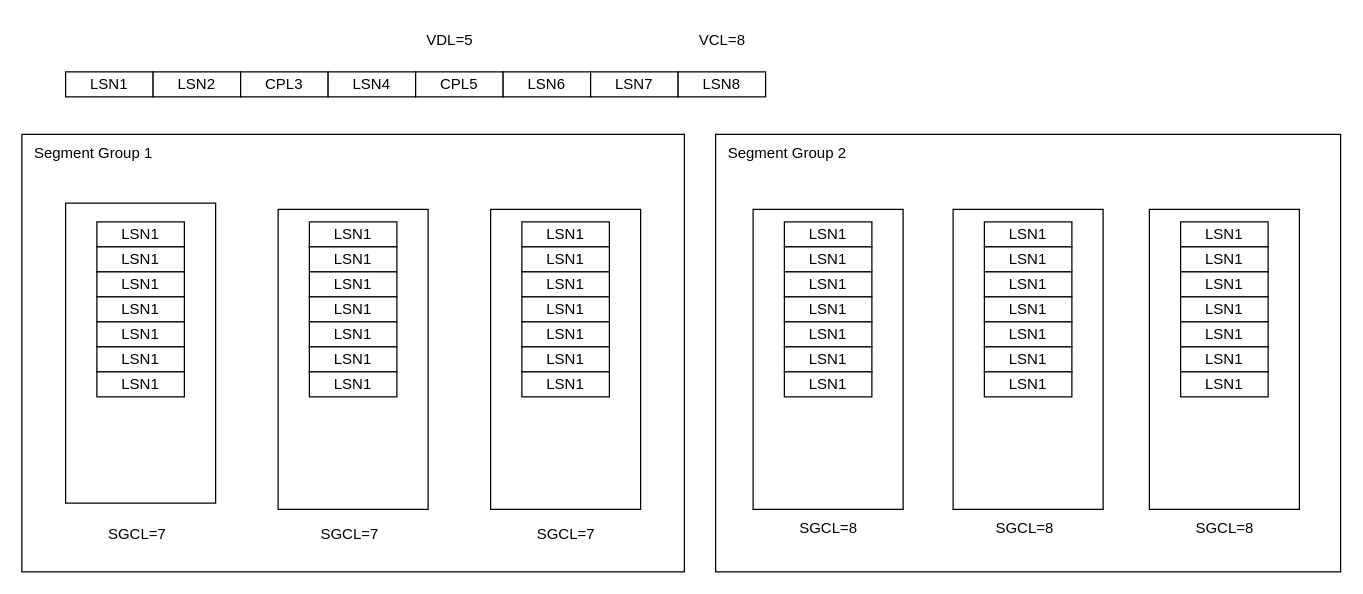
This is write.drawio from clemenza/czha-ip-router, a draw.io file, before an edit. Source tidied: cells renumbered, new cells numbered last; positions are measured from the earlier drawing's top-left corner, leaving out a move shared by most shapes. Both pictures are drawn from the tidied source at 125%, with x=0, y=0 at pixel (21, 21).
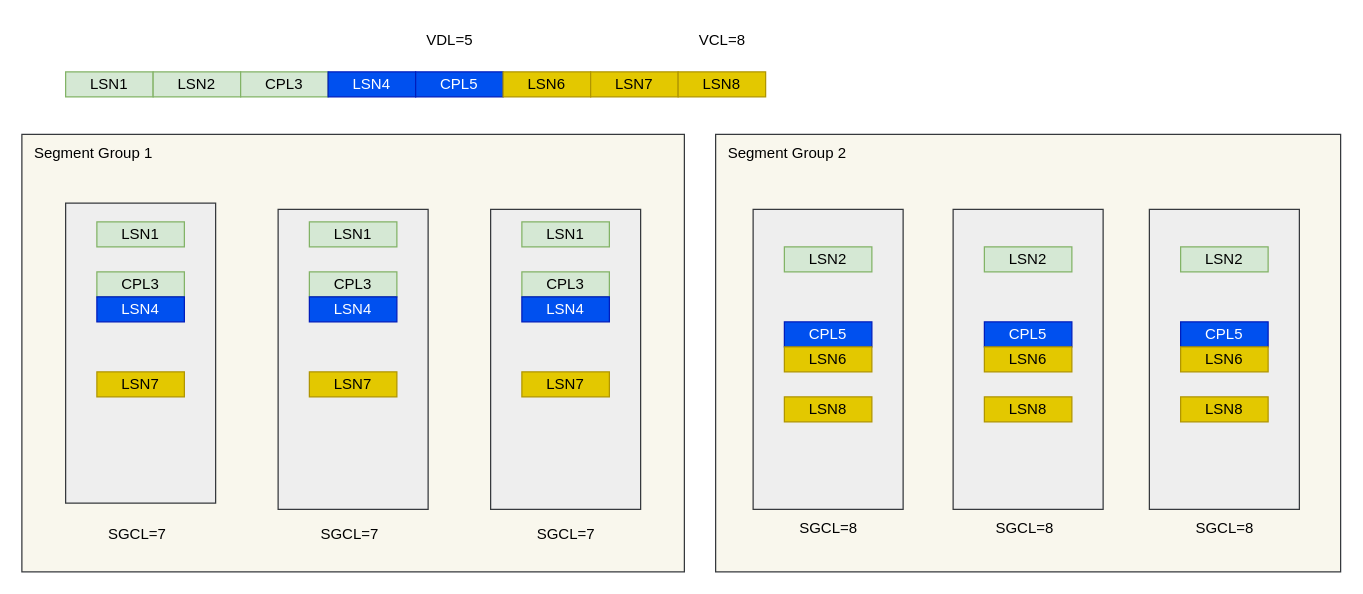
The same diagram, later.

What changed in the source:
```diff
@@
-    <mxCell id="2" style="rounded=0;whiteSpace=wrap;html=1;" parent="1" vertex="1">
+    <mxCell id="2" style="rounded=0;whiteSpace=wrap;html=1;fillColor=#f9f7ed;strokeColor=#36393d;" parent="1" vertex="1">
       <mxGeometry y="90" width="530" height="350" as="geometry" />
     </mxCell>
-    <mxCell id="3" style="rounded=0;whiteSpace=wrap;html=1;" parent="1" vertex="1">
+    <mxCell id="3" style="rounded=0;whiteSpace=wrap;html=1;fillColor=#f9f7ed;strokeColor=#36393d;" parent="1" vertex="1">
       <mxGeometry x="555" y="90" width="500" height="350" as="geometry" />
     </mxCell>
-    <mxCell id="4" style="rounded=0;whiteSpace=wrap;html=1;" parent="1" vertex="1">
+    <mxCell id="4" style="rounded=0;whiteSpace=wrap;html=1;fillColor=#eeeeee;strokeColor=#36393d;" parent="1" vertex="1">
       <mxGeometry x="35" y="145" width="120" height="240" as="geometry" />
     </mxCell>
-    <mxCell id="5" style="rounded=0;whiteSpace=wrap;html=1;" parent="1" vertex="1">
+    <mxCell id="5" style="rounded=0;whiteSpace=wrap;html=1;fillColor=#eeeeee;strokeColor=#36393d;" parent="1" vertex="1">
       <mxGeometry x="205" y="150" width="120" height="240" as="geometry" />
     </mxCell>
-    <mxCell id="6" style="rounded=0;whiteSpace=wrap;html=1;" parent="1" vertex="1">
+    <mxCell id="6" style="rounded=0;whiteSpace=wrap;html=1;fillColor=#eeeeee;strokeColor=#36393d;" parent="1" vertex="1">
       <mxGeometry x="375" y="150" width="120" height="240" as="geometry" />
     </mxCell>
-    <mxCell id="7" style="rounded=0;whiteSpace=wrap;html=1;" parent="1" vertex="1">
+    <mxCell id="7" style="rounded=0;whiteSpace=wrap;html=1;fillColor=#eeeeee;strokeColor=#36393d;" parent="1" vertex="1">
       <mxGeometry x="585" y="150" width="120" height="240" as="geometry" />
     </mxCell>
-    <mxCell id="8" style="rounded=0;whiteSpace=wrap;html=1;" parent="1" vertex="1">
+    <mxCell id="8" style="rounded=0;whiteSpace=wrap;html=1;fillColor=#eeeeee;strokeColor=#36393d;" parent="1" vertex="1">
       <mxGeometry x="745" y="150" width="120" height="240" as="geometry" />
     </mxCell>
-    <mxCell id="9" style="rounded=0;whiteSpace=wrap;html=1;" parent="1" vertex="1">
+    <mxCell id="9" style="rounded=0;whiteSpace=wrap;html=1;fillColor=#eeeeee;strokeColor=#36393d;" parent="1" vertex="1">
       <mxGeometry x="902" y="150" width="120" height="240" as="geometry" />
     </mxCell>
-    <mxCell id="10" value="LSN1" style="rounded=0;whiteSpace=wrap;html=1;" parent="1" vertex="1">
+    <mxCell id="10" value="LSN1" style="rounded=0;whiteSpace=wrap;html=1;fillColor=#d5e8d4;strokeColor=#82b366;" parent="1" vertex="1">
       <mxGeometry x="60" y="160" width="70" height="20" as="geometry" />
     </mxCell>
-    <mxCell id="11" value="LSN1" style="rounded=0;whiteSpace=wrap;html=1;" parent="1" vertex="1">
-      <mxGeometry x="60" y="180" width="70" height="20" as="geometry" />
-    </mxCell>
-    <mxCell id="12" value="LSN1" style="rounded=0;whiteSpace=wrap;html=1;" parent="1" vertex="1">
+    <mxCell id="12" value="CPL3" style="rounded=0;whiteSpace=wrap;html=1;fillColor=#d5e8d4;strokeColor=#82b366;" parent="1" vertex="1">
       <mxGeometry x="60" y="200" width="70" height="20" as="geometry" />
     </mxCell>
-    <mxCell id="13" value="LSN1" style="rounded=0;whiteSpace=wrap;html=1;" parent="1" vertex="1">
+    <mxCell id="13" value="LSN4" style="rounded=0;whiteSpace=wrap;html=1;fillColor=#0050ef;fontColor=#ffffff;strokeColor=#001DBC;" parent="1" vertex="1">
       <mxGeometry x="60" y="220" width="70" height="20" as="geometry" />
     </mxCell>
-    <mxCell id="14" value="LSN1" style="rounded=0;whiteSpace=wrap;html=1;" parent="1" vertex="1">
-      <mxGeometry x="60" y="240" width="70" height="20" as="geometry" />
-    </mxCell>
-    <mxCell id="15" value="LSN1" style="rounded=0;whiteSpace=wrap;html=1;" parent="1" vertex="1">
-      <mxGeometry x="60" y="260" width="70" height="20" as="geometry" />
-    </mxCell>
-    <mxCell id="16" value="LSN1" style="rounded=0;whiteSpace=wrap;html=1;" parent="1" vertex="1">
+    <mxCell id="16" value="LSN7" style="rounded=0;whiteSpace=wrap;html=1;fillColor=#e3c800;fontColor=#000000;strokeColor=#B09500;" parent="1" vertex="1">
       <mxGeometry x="60" y="280" width="70" height="20" as="geometry" />
     </mxCell>
-    <mxCell id="17" value="LSN1" style="rounded=0;whiteSpace=wrap;html=1;" parent="1" vertex="1">
+    <mxCell id="17" value="LSN1" style="rounded=0;whiteSpace=wrap;html=1;fillColor=#d5e8d4;strokeColor=#82b366;" parent="1" vertex="1">
       <mxGeometry x="230" y="160" width="70" height="20" as="geometry" />
     </mxCell>
-    <mxCell id="18" value="LSN1" style="rounded=0;whiteSpace=wrap;html=1;" parent="1" vertex="1">
-      <mxGeometry x="230" y="180" width="70" height="20" as="geometry" />
-    </mxCell>
-    <mxCell id="19" value="LSN1" style="rounded=0;whiteSpace=wrap;html=1;" parent="1" vertex="1">
+    <mxCell id="19" value="CPL3" style="rounded=0;whiteSpace=wrap;html=1;fillColor=#d5e8d4;strokeColor=#82b366;" parent="1" vertex="1">
       <mxGeometry x="230" y="200" width="70" height="20" as="geometry" />
     </mxCell>
-    <mxCell id="20" value="LSN1" style="rounded=0;whiteSpace=wrap;html=1;" parent="1" vertex="1">
+    <mxCell id="20" value="LSN4" style="rounded=0;whiteSpace=wrap;html=1;fillColor=#0050ef;fontColor=#ffffff;strokeColor=#001DBC;" parent="1" vertex="1">
       <mxGeometry x="230" y="220" width="70" height="20" as="geometry" />
     </mxCell>
-    <mxCell id="21" value="LSN1" style="rounded=0;whiteSpace=wrap;html=1;" parent="1" vertex="1">
-      <mxGeometry x="230" y="240" width="70" height="20" as="geometry" />
-    </mxCell>
-    <mxCell id="22" value="LSN1" style="rounded=0;whiteSpace=wrap;html=1;" parent="1" vertex="1">
-      <mxGeometry x="230" y="260" width="70" height="20" as="geometry" />
-    </mxCell>
-    <mxCell id="23" value="LSN1" style="rounded=0;whiteSpace=wrap;html=1;" parent="1" vertex="1">
+    <mxCell id="23" value="LSN7" style="rounded=0;whiteSpace=wrap;html=1;fillColor=#e3c800;fontColor=#000000;strokeColor=#B09500;" parent="1" vertex="1">
       <mxGeometry x="230" y="280" width="70" height="20" as="geometry" />
     </mxCell>
-    <mxCell id="24" value="LSN1" style="rounded=0;whiteSpace=wrap;html=1;" parent="1" vertex="1">
+    <mxCell id="24" value="LSN1" style="rounded=0;whiteSpace=wrap;html=1;fillColor=#d5e8d4;strokeColor=#82b366;" parent="1" vertex="1">
       <mxGeometry x="400" y="160" width="70" height="20" as="geometry" />
     </mxCell>
-    <mxCell id="25" value="LSN1" style="rounded=0;whiteSpace=wrap;html=1;" parent="1" vertex="1">
-      <mxGeometry x="400" y="180" width="70" height="20" as="geometry" />
-    </mxCell>
-    <mxCell id="26" value="LSN1" style="rounded=0;whiteSpace=wrap;html=1;" parent="1" vertex="1">
+    <mxCell id="26" value="CPL3" style="rounded=0;whiteSpace=wrap;html=1;fillColor=#d5e8d4;strokeColor=#82b366;" parent="1" vertex="1">
       <mxGeometry x="400" y="200" width="70" height="20" as="geometry" />
     </mxCell>
-    <mxCell id="27" value="LSN1" style="rounded=0;whiteSpace=wrap;html=1;" parent="1" vertex="1">
+    <mxCell id="27" value="LSN4" style="rounded=0;whiteSpace=wrap;html=1;fillColor=#0050ef;fontColor=#ffffff;strokeColor=#001DBC;" parent="1" vertex="1">
       <mxGeometry x="400" y="220" width="70" height="20" as="geometry" />
     </mxCell>
-    <mxCell id="28" value="LSN1" style="rounded=0;whiteSpace=wrap;html=1;" parent="1" vertex="1">
-      <mxGeometry x="400" y="240" width="70" height="20" as="geometry" />
-    </mxCell>
-    <mxCell id="29" value="LSN1" style="rounded=0;whiteSpace=wrap;html=1;" parent="1" vertex="1">
-      <mxGeometry x="400" y="260" width="70" height="20" as="geometry" />
-    </mxCell>
-    <mxCell id="30" value="LSN1" style="rounded=0;whiteSpace=wrap;html=1;" parent="1" vertex="1">
+    <mxCell id="30" value="LSN7" style="rounded=0;whiteSpace=wrap;html=1;fillColor=#e3c800;fontColor=#000000;strokeColor=#B09500;" parent="1" vertex="1">
       <mxGeometry x="400" y="280" width="70" height="20" as="geometry" />
     </mxCell>
-    <mxCell id="31" value="LSN1" style="rounded=0;whiteSpace=wrap;html=1;" parent="1" vertex="1">
-      <mxGeometry x="610" y="160" width="70" height="20" as="geometry" />
-    </mxCell>
-    <mxCell id="32" value="LSN1" style="rounded=0;whiteSpace=wrap;html=1;" parent="1" vertex="1">
+    <mxCell id="32" value="LSN2" style="rounded=0;whiteSpace=wrap;html=1;fillColor=#d5e8d4;strokeColor=#82b366;" parent="1" vertex="1">
       <mxGeometry x="610" y="180" width="70" height="20" as="geometry" />
     </mxCell>
-    <mxCell id="33" value="LSN1" style="rounded=0;whiteSpace=wrap;html=1;" parent="1" vertex="1">
-      <mxGeometry x="610" y="200" width="70" height="20" as="geometry" />
-    </mxCell>
-    <mxCell id="34" value="LSN1" style="rounded=0;whiteSpace=wrap;html=1;" parent="1" vertex="1">
-      <mxGeometry x="610" y="220" width="70" height="20" as="geometry" />
-    </mxCell>
-    <mxCell id="35" value="LSN1" style="rounded=0;whiteSpace=wrap;html=1;" parent="1" vertex="1">
+    <mxCell id="35" value="CPL5" style="rounded=0;whiteSpace=wrap;html=1;fillColor=#0050ef;fontColor=#ffffff;strokeColor=#001DBC;" parent="1" vertex="1">
       <mxGeometry x="610" y="240" width="70" height="20" as="geometry" />
     </mxCell>
-    <mxCell id="36" value="LSN1" style="rounded=0;whiteSpace=wrap;html=1;" parent="1" vertex="1">
+    <mxCell id="36" value="LSN6" style="rounded=0;whiteSpace=wrap;html=1;fillColor=#e3c800;fontColor=#000000;strokeColor=#B09500;" parent="1" vertex="1">
       <mxGeometry x="610" y="260" width="70" height="20" as="geometry" />
     </mxCell>
-    <mxCell id="37" value="LSN1" style="rounded=0;whiteSpace=wrap;html=1;" parent="1" vertex="1">
-      <mxGeometry x="610" y="280" width="70" height="20" as="geometry" />
-    </mxCell>
-    <mxCell id="38" value="LSN1" style="rounded=0;whiteSpace=wrap;html=1;" parent="1" vertex="1">
-      <mxGeometry x="770" y="160" width="70" height="20" as="geometry" />
-    </mxCell>
-    <mxCell id="39" value="LSN1" style="rounded=0;whiteSpace=wrap;html=1;" parent="1" vertex="1">
+    <mxCell id="39" value="LSN2" style="rounded=0;whiteSpace=wrap;html=1;fillColor=#d5e8d4;strokeColor=#82b366;" parent="1" vertex="1">
       <mxGeometry x="770" y="180" width="70" height="20" as="geometry" />
     </mxCell>
-    <mxCell id="40" value="LSN1" style="rounded=0;whiteSpace=wrap;html=1;" parent="1" vertex="1">
-      <mxGeometry x="770" y="200" width="70" height="20" as="geometry" />
-    </mxCell>
-    <mxCell id="41" value="LSN1" style="rounded=0;whiteSpace=wrap;html=1;" parent="1" vertex="1">
-      <mxGeometry x="770" y="220" width="70" height="20" as="geometry" />
-    </mxCell>
-    <mxCell id="42" value="LSN1" style="rounded=0;whiteSpace=wrap;html=1;" parent="1" vertex="1">
+    <mxCell id="42" value="CPL5" style="rounded=0;whiteSpace=wrap;html=1;fillColor=#0050ef;fontColor=#ffffff;strokeColor=#001DBC;" parent="1" vertex="1">
       <mxGeometry x="770" y="240" width="70" height="20" as="geometry" />
     </mxCell>
-    <mxCell id="43" value="LSN1" style="rounded=0;whiteSpace=wrap;html=1;" parent="1" vertex="1">
+    <mxCell id="43" value="LSN6" style="rounded=0;whiteSpace=wrap;html=1;fillColor=#e3c800;fontColor=#000000;strokeColor=#B09500;" parent="1" vertex="1">
       <mxGeometry x="770" y="260" width="70" height="20" as="geometry" />
     </mxCell>
-    <mxCell id="44" value="LSN1" style="rounded=0;whiteSpace=wrap;html=1;" parent="1" vertex="1">
-      <mxGeometry x="770" y="280" width="70" height="20" as="geometry" />
-    </mxCell>
-    <mxCell id="45" value="LSN1" style="rounded=0;whiteSpace=wrap;html=1;" parent="1" vertex="1">
-      <mxGeometry x="927" y="160" width="70" height="20" as="geometry" />
-    </mxCell>
-    <mxCell id="46" value="LSN1" style="rounded=0;whiteSpace=wrap;html=1;" parent="1" vertex="1">
+    <mxCell id="46" value="LSN2" style="rounded=0;whiteSpace=wrap;html=1;fillColor=#d5e8d4;strokeColor=#82b366;" parent="1" vertex="1">
       <mxGeometry x="927" y="180" width="70" height="20" as="geometry" />
     </mxCell>
-    <mxCell id="47" value="LSN1" style="rounded=0;whiteSpace=wrap;html=1;" parent="1" vertex="1">
-      <mxGeometry x="927" y="200" width="70" height="20" as="geometry" />
-    </mxCell>
-    <mxCell id="48" value="LSN1" style="rounded=0;whiteSpace=wrap;html=1;" parent="1" vertex="1">
-      <mxGeometry x="927" y="220" width="70" height="20" as="geometry" />
-    </mxCell>
-    <mxCell id="49" value="LSN1" style="rounded=0;whiteSpace=wrap;html=1;" parent="1" vertex="1">
+    <mxCell id="49" value="CPL5" style="rounded=0;whiteSpace=wrap;html=1;fillColor=#0050ef;fontColor=#ffffff;strokeColor=#001DBC;" parent="1" vertex="1">
       <mxGeometry x="927" y="240" width="70" height="20" as="geometry" />
     </mxCell>
-    <mxCell id="50" value="LSN1" style="rounded=0;whiteSpace=wrap;html=1;" parent="1" vertex="1">
+    <mxCell id="50" value="LSN6" style="rounded=0;whiteSpace=wrap;html=1;fillColor=#e3c800;fontColor=#000000;strokeColor=#B09500;" parent="1" vertex="1">
       <mxGeometry x="927" y="260" width="70" height="20" as="geometry" />
     </mxCell>
-    <mxCell id="51" value="LSN1" style="rounded=0;whiteSpace=wrap;html=1;" parent="1" vertex="1">
-      <mxGeometry x="927" y="280" width="70" height="20" as="geometry" />
-    </mxCell>
-    <mxCell id="52" value="LSN1" style="rounded=0;whiteSpace=wrap;html=1;" parent="1" vertex="1">
+    <mxCell id="52" value="LSN1" style="rounded=0;whiteSpace=wrap;html=1;fillColor=#d5e8d4;strokeColor=#82b366;" parent="1" vertex="1">
       <mxGeometry x="35" y="40" width="70" height="20" as="geometry" />
     </mxCell>
-    <mxCell id="53" value="LSN2" style="rounded=0;whiteSpace=wrap;html=1;" parent="1" vertex="1">
+    <mxCell id="53" value="LSN2" style="rounded=0;whiteSpace=wrap;html=1;fillColor=#d5e8d4;strokeColor=#82b366;" parent="1" vertex="1">
       <mxGeometry x="105" y="40" width="70" height="20" as="geometry" />
     </mxCell>
-    <mxCell id="54" value="CPL3" style="rounded=0;whiteSpace=wrap;html=1;" parent="1" vertex="1">
+    <mxCell id="54" value="CPL3" style="rounded=0;whiteSpace=wrap;html=1;fillColor=#d5e8d4;strokeColor=#82b366;" parent="1" vertex="1">
       <mxGeometry x="175" y="40" width="70" height="20" as="geometry" />
     </mxCell>
-    <mxCell id="55" value="LSN4" style="rounded=0;whiteSpace=wrap;html=1;" parent="1" vertex="1">
+    <mxCell id="55" value="LSN4" style="rounded=0;whiteSpace=wrap;html=1;fillColor=#0050ef;fontColor=#ffffff;strokeColor=#001DBC;" parent="1" vertex="1">
       <mxGeometry x="245" y="40" width="70" height="20" as="geometry" />
     </mxCell>
-    <mxCell id="56" value="CPL5" style="rounded=0;whiteSpace=wrap;html=1;" parent="1" vertex="1">
+    <mxCell id="56" value="CPL5" style="rounded=0;whiteSpace=wrap;html=1;fillColor=#0050ef;fontColor=#ffffff;strokeColor=#001DBC;" parent="1" vertex="1">
       <mxGeometry x="315" y="40" width="70" height="20" as="geometry" />
     </mxCell>
-    <mxCell id="57" value="LSN6" style="rounded=0;whiteSpace=wrap;html=1;" parent="1" vertex="1">
+    <mxCell id="57" value="LSN6" style="rounded=0;whiteSpace=wrap;html=1;fillColor=#e3c800;fontColor=#000000;strokeColor=#B09500;" parent="1" vertex="1">
       <mxGeometry x="385" y="40" width="70" height="20" as="geometry" />
     </mxCell>
-    <mxCell id="58" value="LSN7" style="rounded=0;whiteSpace=wrap;html=1;" parent="1" vertex="1">
+    <mxCell id="58" value="LSN7" style="rounded=0;whiteSpace=wrap;html=1;fillColor=#e3c800;fontColor=#000000;strokeColor=#B09500;" parent="1" vertex="1">
       <mxGeometry x="455" y="40" width="70" height="20" as="geometry" />
     </mxCell>
-    <mxCell id="59" value="LSN8" style="rounded=0;whiteSpace=wrap;html=1;" parent="1" vertex="1">
+    <mxCell id="59" value="LSN8" style="rounded=0;whiteSpace=wrap;html=1;fillColor=#e3c800;fontColor=#000000;strokeColor=#B09500;" parent="1" vertex="1">
       <mxGeometry x="525" y="40" width="70" height="20" as="geometry" />
     </mxCell>
@@
+    <mxCell id="70" value="LSN8" style="rounded=0;whiteSpace=wrap;html=1;fillColor=#e3c800;fontColor=#000000;strokeColor=#B09500;" parent="1" vertex="1">
+      <mxGeometry x="610" y="300" width="70" height="20" as="geometry" />
+    </mxCell>
+    <mxCell id="71" value="LSN8" style="rounded=0;whiteSpace=wrap;html=1;fillColor=#e3c800;fontColor=#000000;strokeColor=#B09500;" parent="1" vertex="1">
+      <mxGeometry x="770" y="300" width="70" height="20" as="geometry" />
+    </mxCell>
+    <mxCell id="72" value="LSN8" style="rounded=0;whiteSpace=wrap;html=1;fillColor=#e3c800;fontColor=#000000;strokeColor=#B09500;" parent="1" vertex="1">
+      <mxGeometry x="927" y="300" width="70" height="20" as="geometry" />
+    </mxCell>
```
